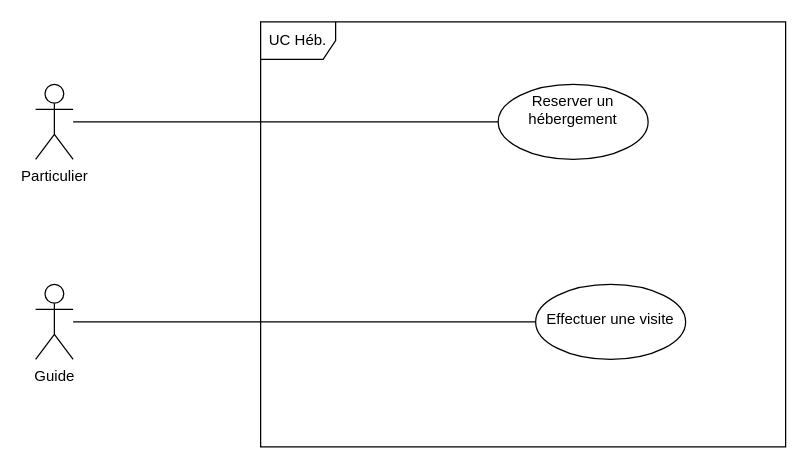
Above: 1-exercices/corrections/exercice1.drawio in 2022-11-28-POE-FRONTEND-M2I/UML (draw.io), before the change. Source tidied: cells renumbered, new cells numbered last; positions are measured from the earlier drawing's top-left corner, leaving out a move shared by most shapes. Both pictures are drawn from the tidied source at 125%, with x=0, y=0 at pixel (35, 21).
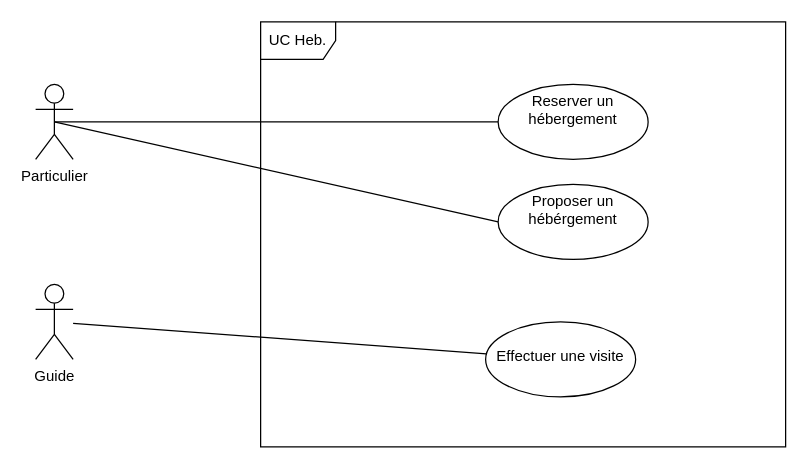
Above is the later version.

Commit message:
refactor: update correction exercise 1

What changed in the source:
```diff
@@
 <mxGraphModel>
   <root>
     <mxCell id="0" />
     <mxCell id="1" parent="0" />
-    <mxCell id="2" style="edgeStyle=orthogonalEdgeStyle;rounded=0;jettySize=auto;html=1;endArrow=none;endFill=0;" parent="1" edge="1" source="3" target="7">
+    <mxCell id="2" style="rounded=0;jettySize=auto;html=1;endArrow=none;endFill=0;exitX=0.5;exitY=0.5;exitDx=0;exitDy=0;exitPerimeter=0;" parent="1" edge="1" source="3" target="7">
       <mxGeometry relative="1" as="geometry" />
     </mxCell>
     <mxCell id="3" value="Particulier" style="shape=umlActor;verticalLabelPosition=bottom;verticalAlign=top;html=1;" parent="1" vertex="1">
       <mxGeometry y="50" width="30" height="60" as="geometry" />
     </mxCell>
-    <mxCell id="4" style="edgeStyle=orthogonalEdgeStyle;rounded=0;jettySize=auto;html=1;endArrow=none;endFill=0;" parent="1" edge="1" source="5" target="8">
+    <mxCell id="4" style="rounded=0;jettySize=auto;html=1;endArrow=none;endFill=0;" parent="1" edge="1" source="5" target="8">
       <mxGeometry relative="1" as="geometry" />
     </mxCell>
     <mxCell id="5" value="Guide" style="shape=umlActor;html=1;verticalLabelPosition=bottom;verticalAlign=top;align=center;" parent="1" vertex="1">
       <mxGeometry y="210" width="30" height="60" as="geometry" />
     </mxCell>
-    <mxCell id="6" value="UC Héb." style="shape=umlFrame;whiteSpace=wrap;html=1;" parent="1" vertex="1">
+    <mxCell id="6" value="UC Heb." style="shape=umlFrame;whiteSpace=wrap;html=1;" parent="1" vertex="1">
       <mxGeometry x="180" width="420" height="340" as="geometry" />
     </mxCell>
     <mxCell id="7" value="Reserver un hébergement" style="ellipse;whiteSpace=wrap;html=1;verticalAlign=top;" parent="1" vertex="1">
       <mxGeometry x="370" y="50" width="120" height="60" as="geometry" />
     </mxCell>
     <mxCell id="8" value="&lt;div&gt;&lt;br&gt;&lt;/div&gt;&lt;div&gt;Effectuer une visite&lt;br&gt;&lt;/div&gt;" style="ellipse;whiteSpace=wrap;html=1;verticalAlign=top;" parent="1" vertex="1">
-      <mxGeometry x="400" y="210" width="120" height="60" as="geometry" />
+      <mxGeometry x="360" y="240" width="120" height="60" as="geometry" />
     </mxCell>
+    <mxCell id="9" value="Proposer un hébérgement" style="ellipse;whiteSpace=wrap;html=1;verticalAlign=top;" parent="1" vertex="1">
+      <mxGeometry x="370" y="130" width="120" height="60" as="geometry" />
+    </mxCell>
+    <mxCell id="10" style="html=1;endArrow=none;elbow=vertical;entryX=0;entryY=0.5;entryDx=0;entryDy=0;exitX=0.5;exitY=0.5;exitDx=0;exitDy=0;exitPerimeter=0;rounded=0;" parent="1" edge="1" source="3" target="9">
+      <mxGeometry relative="1" as="geometry" />
+    </mxCell>
   </root>
 </mxGraphModel>
```
